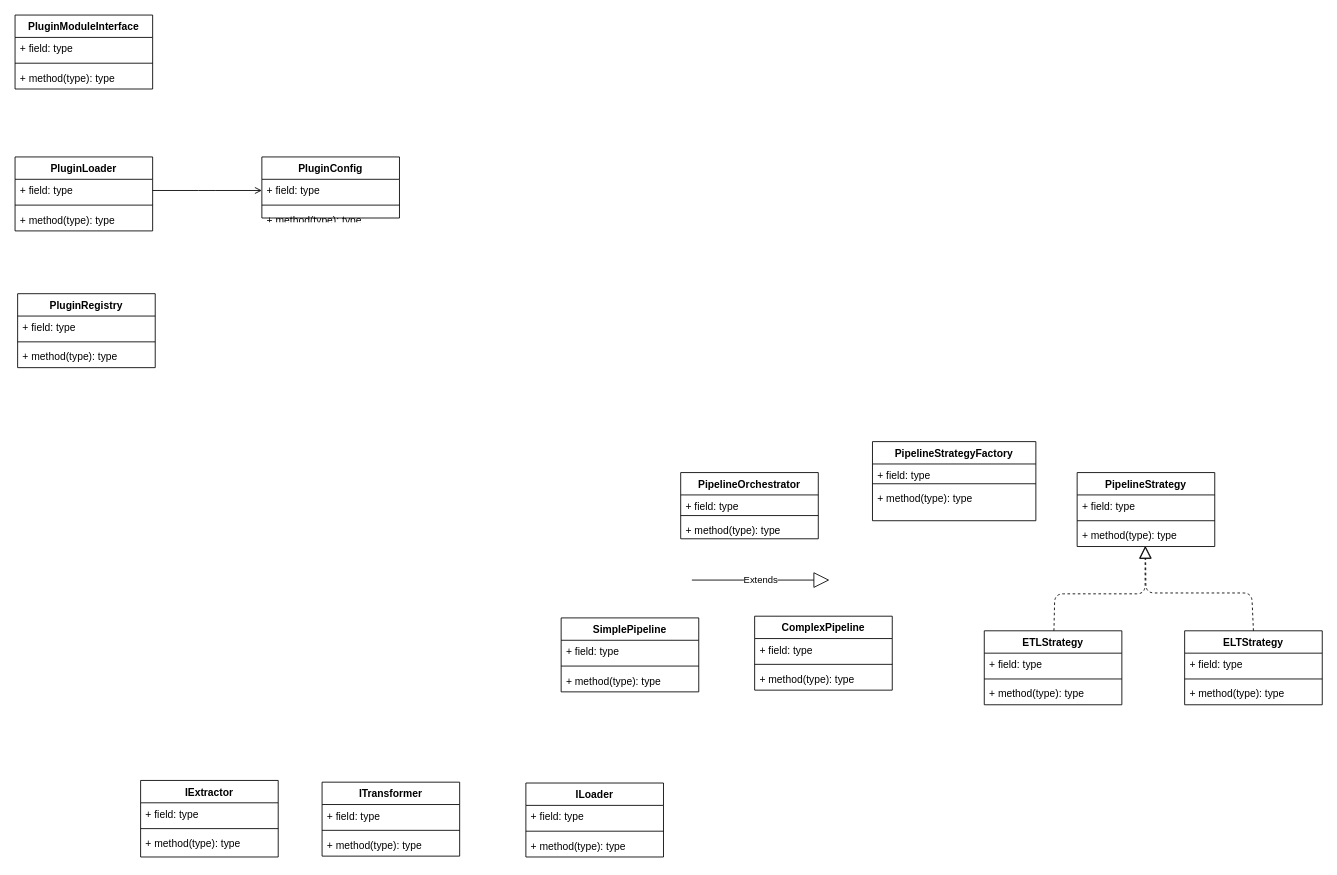
Above: docs/class_diagram.drawio in jakubpulaczewski/pipeline-flow (draw.io), before the change. Source tidied: cells renumbered, new cells numbered last; positions are measured from the earlier drawing's top-left corner, leaving out a move shared by most shapes. Both pictures are drawn from the tidied source at 86%, with x=0, y=0 at pixel (15, 15).
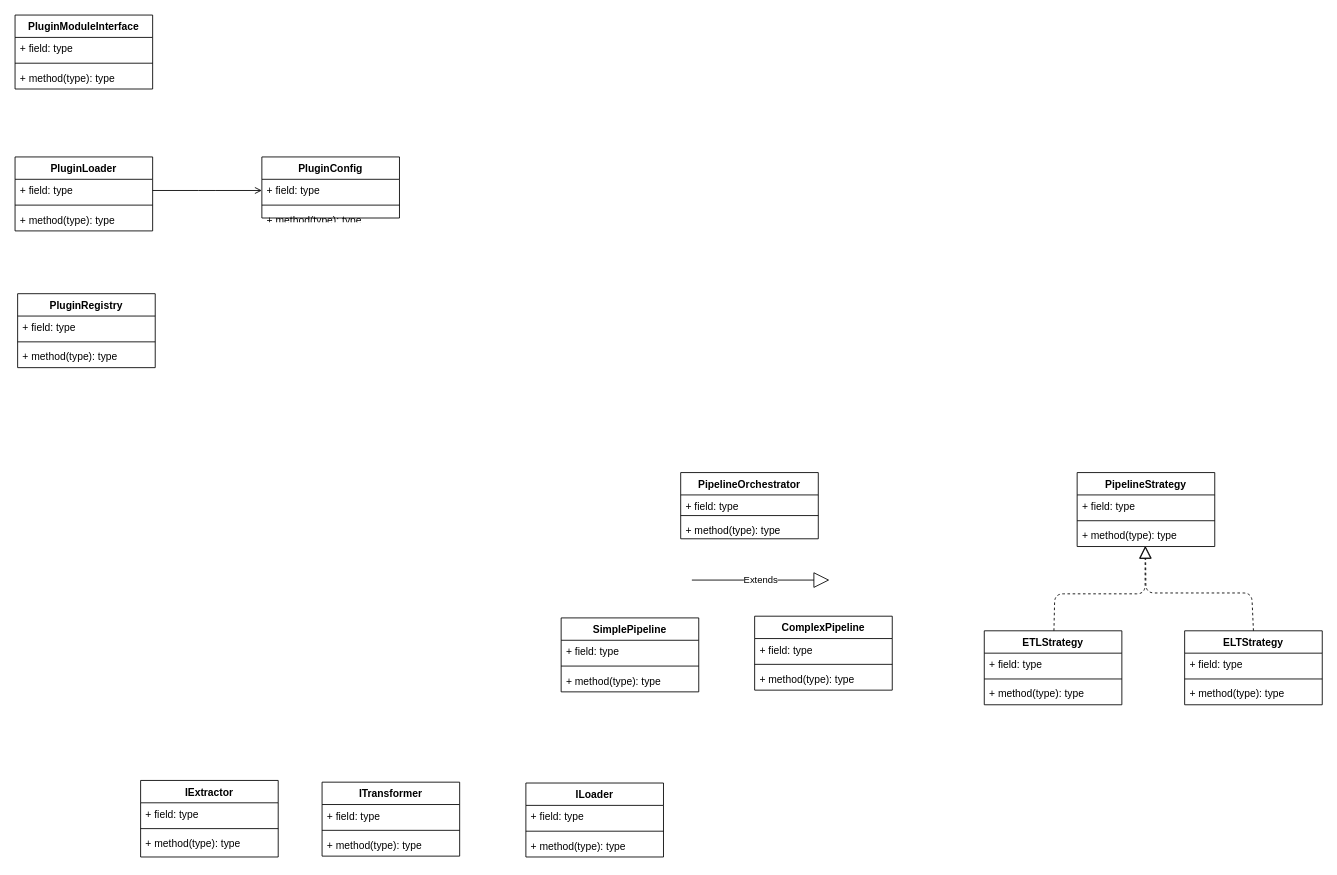
Above is the later version.

Diff of the diagram source:
```diff
@@
-    <mxCell id="58" value="PipelineStrategyFactory" style="swimlane;fontStyle=1;align=center;verticalAlign=top;horizontal=1;startSize=26;" parent="1" vertex="1">
-      <mxGeometry x="997" y="496" width="190" height="92" as="geometry" />
-    </mxCell>
-    <mxCell id="59" value="+ field: type" style="text;strokeColor=none;fillColor=none;align=left;verticalAlign=top;spacingLeft=4;spacingRight=4;overflow=hidden;" parent="58" vertex="1">
-      <mxGeometry y="26" width="190" height="19" as="geometry" />
-    </mxCell>
-    <mxCell id="60" style="line;strokeWidth=1;fillColor=none;align=left;verticalAlign=middle;spacingTop=-1;spacingLeft=3;spacingRight=3;labelPosition=right;strokeColor=inherit;" parent="58" vertex="1">
-      <mxGeometry y="45" width="190" height="8" as="geometry" />
-    </mxCell>
-    <mxCell id="61" value="+ method(type): type" style="text;strokeColor=none;fillColor=none;align=left;verticalAlign=top;spacingLeft=4;spacingRight=4;overflow=hidden;" parent="58" vertex="1">
-      <mxGeometry y="53" width="190" height="39" as="geometry" />
-    </mxCell>
```
